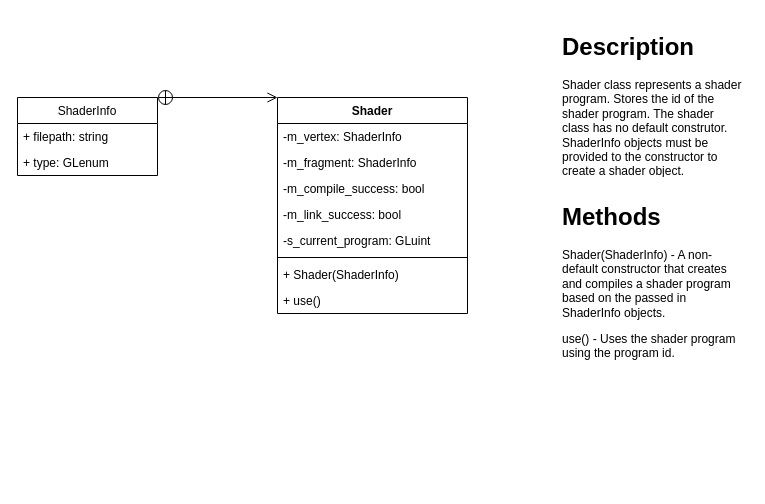
The draw.io diagram docs/Shader.drawio in LowFire/blazer3d, before the edit. Source tidied: cells renumbered, new cells numbered last; positions are measured from the earlier drawing's top-left corner, leaving out a move shared by most shapes. Both pictures are drawn from the tidied source at 100%, with x=0, y=0 at pixel (17, 27).
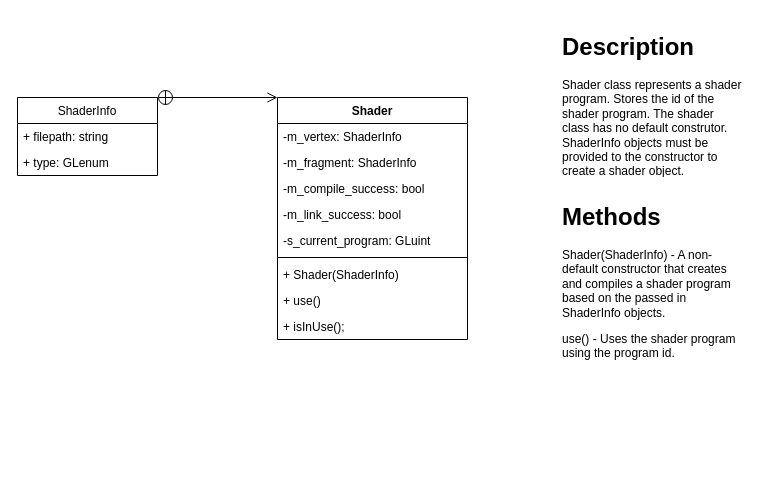
The same page after the edit.

Change to the diagram source:
```diff
@@
 <mxGraphModel>
   <root>
     <mxCell id="0" />
     <mxCell id="1" parent="0" />
     <mxCell id="2" value="Shader" style="swimlane;fontStyle=1;align=center;verticalAlign=top;horizontal=1;startSize=26;" parent="1" vertex="1">
-      <mxGeometry x="260" y="70" width="190" height="216" as="geometry" />
+      <mxGeometry x="260" y="70" width="190" height="242" as="geometry" />
     </mxCell>
     <mxCell id="3" value="-m_vertex: ShaderInfo" style="text;strokeColor=none;fillColor=none;align=left;verticalAlign=top;spacingLeft=4;spacingRight=4;overflow=hidden;" parent="2" vertex="1">
       <mxGeometry y="26" width="190" height="26" as="geometry" />
     </mxCell>
     <mxCell id="4" value="-m_fragment: ShaderInfo" style="text;strokeColor=none;fillColor=none;align=left;verticalAlign=top;spacingLeft=4;spacingRight=4;overflow=hidden;" parent="2" vertex="1">
       <mxGeometry y="52" width="190" height="26" as="geometry" />
     </mxCell>
     <mxCell id="5" value="-m_compile_success: bool" style="text;strokeColor=none;fillColor=none;align=left;verticalAlign=top;spacingLeft=4;spacingRight=4;overflow=hidden;" parent="2" vertex="1">
       <mxGeometry y="78" width="190" height="26" as="geometry" />
     </mxCell>
     <mxCell id="6" value="-m_link_success: bool" style="text;strokeColor=none;fillColor=none;align=left;verticalAlign=top;spacingLeft=4;spacingRight=4;overflow=hidden;" parent="2" vertex="1">
       <mxGeometry y="104" width="190" height="26" as="geometry" />
     </mxCell>
     <mxCell id="7" value="-s_current_program: GLuint" style="text;strokeColor=none;fillColor=none;align=left;verticalAlign=top;spacingLeft=4;spacingRight=4;overflow=hidden;" parent="2" vertex="1">
       <mxGeometry y="130" width="190" height="26" as="geometry" />
     </mxCell>
     <mxCell id="8" style="line;strokeWidth=1;fillColor=none;align=left;verticalAlign=middle;spacingTop=-1;spacingLeft=3;spacingRight=3;labelPosition=right;" parent="2" vertex="1">
       <mxGeometry y="156" width="190" height="8" as="geometry" />
     </mxCell>
     <mxCell id="9" value="+ Shader(ShaderInfo)" style="text;strokeColor=none;fillColor=none;align=left;verticalAlign=top;spacingLeft=4;spacingRight=4;overflow=hidden;" parent="2" vertex="1">
       <mxGeometry y="164" width="190" height="26" as="geometry" />
     </mxCell>
+    <mxCell id="17" value="+ use()" style="text;strokeColor=none;fillColor=none;align=left;verticalAlign=top;spacingLeft=4;spacingRight=4;overflow=hidden;" parent="2" vertex="1">
+      <mxGeometry y="190" width="190" height="26" as="geometry" />
+    </mxCell>
-    <mxCell id="10" value="+ use()" style="text;strokeColor=none;fillColor=none;align=left;verticalAlign=top;spacingLeft=4;spacingRight=4;overflow=hidden;" parent="2" vertex="1">
-      <mxGeometry y="190" width="190" height="26" as="geometry" />
+    <mxCell id="10" value="+ isInUse();" style="text;strokeColor=none;fillColor=none;align=left;verticalAlign=top;spacingLeft=4;spacingRight=4;overflow=hidden;" parent="2" vertex="1">
+      <mxGeometry y="216" width="190" height="26" as="geometry" />
     </mxCell>
     <mxCell id="11" value="ShaderInfo" style="swimlane;fontStyle=0;horizontal=1;startSize=26;fillColor=none;" parent="1" vertex="1">
       <mxGeometry y="70" width="140" height="78" as="geometry" />
     </mxCell>
     <mxCell id="12" value="+ filepath: string" style="text;strokeColor=none;fillColor=none;align=left;verticalAlign=top;spacingLeft=4;spacingRight=4;overflow=hidden;" parent="11" vertex="1">
       <mxGeometry y="26" width="140" height="26" as="geometry" />
     </mxCell>
     <mxCell id="13" value="+ type: GLenum" style="text;strokeColor=none;fillColor=none;align=left;verticalAlign=top;spacingLeft=4;spacingRight=4;overflow=hidden;" parent="11" vertex="1">
       <mxGeometry y="52" width="140" height="26" as="geometry" />
     </mxCell>
     <mxCell id="14" style="endArrow=open;startArrow=circlePlus;endFill=0;startFill=0;endSize=8;html=1;exitX=1;exitY=0;exitDx=0;exitDy=0;entryX=0;entryY=0;entryDx=0;entryDy=0;entryPerimeter=0;" parent="1" edge="1" source="11" target="2">
       <mxGeometry relative="1" as="geometry" />
     </mxCell>
     <mxCell id="15" value="&lt;h1&gt;Description&lt;/h1&gt;&lt;p&gt;Shader class represents a shader program. Stores the id of the shader program. The shader class has no default construtor. ShaderInfo objects must be provided to the constructor to create a shader object.&lt;/p&gt;" style="text;html=1;strokeColor=none;fillColor=none;spacing=5;spacingTop=-20;whiteSpace=wrap;overflow=hidden;rounded=0;" parent="1" vertex="1">
       <mxGeometry x="540" width="190" height="150" as="geometry" />
     </mxCell>
     <mxCell id="16" value="&lt;h1&gt;Methods&lt;/h1&gt;&lt;p&gt;&lt;span&gt;Shader(ShaderInfo) - A non-default constructor that creates and compiles a shader program based on the passed in ShaderInfo objects.&lt;/span&gt;&lt;br&gt;&lt;/p&gt;&lt;p&gt;&lt;span&gt;use() - Uses the shader program using the program id.&lt;/span&gt;&lt;/p&gt;" style="text;html=1;strokeColor=none;fillColor=none;spacing=5;spacingTop=-20;whiteSpace=wrap;overflow=hidden;rounded=0;" parent="1" vertex="1">
       <mxGeometry x="540" y="170" width="190" height="290" as="geometry" />
     </mxCell>
   </root>
 </mxGraphModel>
```
